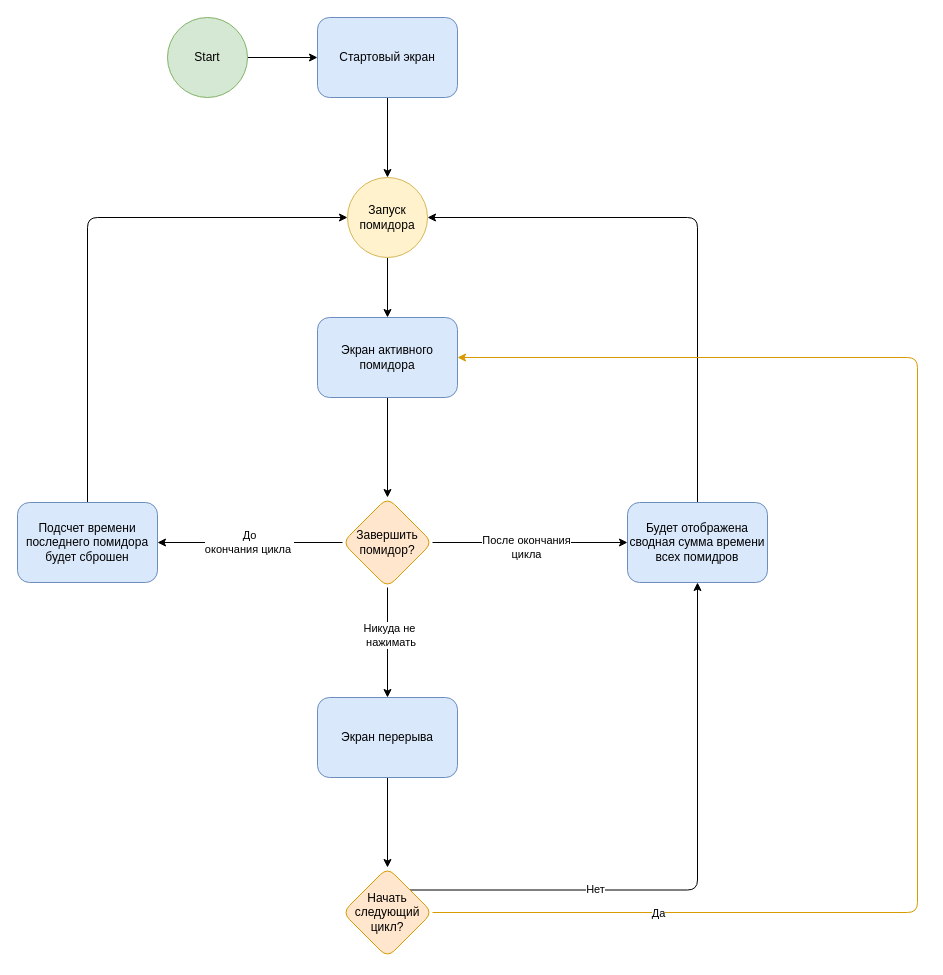
Earlier version of the draw.io diagram design/ux-flow/UX-flow.drawio (Rockedoro/rockedoro-app). Source tidied: cells renumbered, new cells numbered last; positions are measured from the earlier drawing's top-left corner, leaving out a move shared by most shapes. Both pictures are drawn from the tidied source at 100%, with x=0, y=0 at pixel (17, 17).
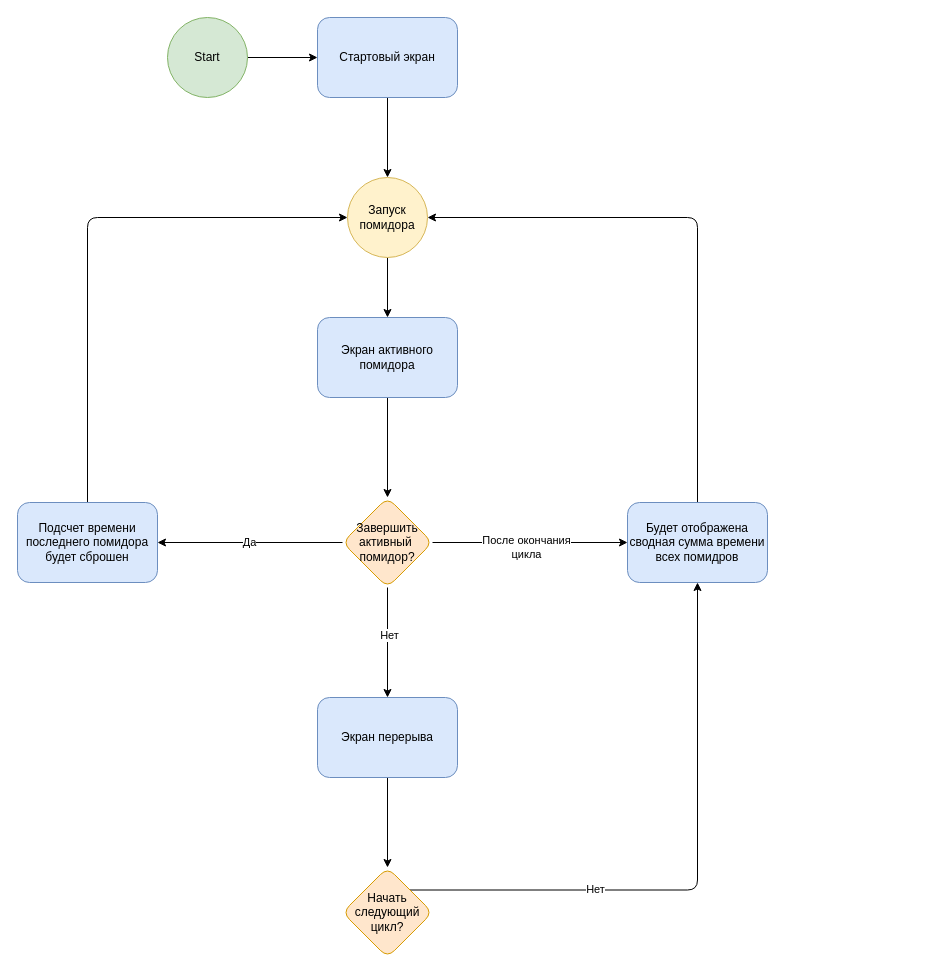
After the change.

Commit message:
Изменение логики UX-flow.drawio

The change refers to these unchanged cells:
```xml
<mxCell id="9" value="Экран активного помидора" style="whiteSpace=wrap;html=1;fillColor=#dae8fc;strokeColor=#6c8ebf;rounded=1;" parent="1" vertex="1">
  <mxGeometry x="300" y="300" width="140" height="80" as="geometry" />
</mxCell>
<mxCell id="13" style="edgeStyle=orthogonalEdgeStyle;rounded=1;jettySize=auto;html=1;" parent="1" edge="1" source="15" target="21">
  <mxGeometry relative="1" as="geometry" />
</mxCell>
<mxCell id="17" value="Подсчет времени последнего помидора будет сброшен" style="whiteSpace=wrap;html=1;fillColor=#dae8fc;strokeColor=#6c8ebf;rounded=1;" parent="1" vertex="1">
  <mxGeometry y="485" width="140" height="80" as="geometry" />
</mxCell>
<mxCell id="26" value="Начать следующий цикл?" style="rhombus;whiteSpace=wrap;html=1;rounded=1;fillColor=#ffe6cc;strokeColor=#d79b00;" parent="1" vertex="1">
  <mxGeometry x="325" y="850" width="90" height="90" as="geometry" />
</mxCell>
```

Change to the diagram source:
```diff
@@
-    <mxCell id="10" value="До &lt;br&gt;окончания цикла&amp;nbsp;" style="edgeStyle=orthogonalEdgeStyle;rounded=1;jettySize=auto;html=1;" parent="1" edge="1" source="15" target="17">
+    <mxCell id="10" value="Да" style="edgeStyle=orthogonalEdgeStyle;rounded=1;jettySize=auto;html=1;" parent="1" edge="1" source="15" target="17">
       <mxGeometry relative="1" as="geometry" />
     </mxCell>
@@
-    <mxCell id="14" value="Никуда не&lt;br&gt;&amp;nbsp;нажимать" style="edgeLabel;html=1;align=center;verticalAlign=middle;" parent="13" vertex="1">
+    <mxCell id="14" value="Нет" style="edgeLabel;html=1;align=center;verticalAlign=middle;" parent="13" vertex="1">
       <mxGeometry x="-0.15" y="1" relative="1" as="geometry" />
     </mxCell>
-    <mxCell id="15" value="Завершить помидор?" style="rhombus;whiteSpace=wrap;html=1;rounded=1;fillColor=#ffe6cc;strokeColor=#d79b00;" parent="1" vertex="1">
+    <mxCell id="15" value="Завершить активный&amp;nbsp; помидор?" style="rhombus;whiteSpace=wrap;html=1;rounded=1;fillColor=#ffe6cc;strokeColor=#d79b00;" parent="1" vertex="1">
       <mxGeometry x="325" y="480" width="90" height="90" as="geometry" />
     </mxCell>
@@
-    <mxCell id="22" style="edgeStyle=orthogonalEdgeStyle;rounded=1;jettySize=auto;html=1;entryX=1;entryY=0.5;entryDx=0;entryDy=0;fillColor=#ffe6cc;strokeColor=#d79b00;" parent="1" edge="1" source="26" target="9">
-      <mxGeometry relative="1" as="geometry">
-        <Array as="points">
-          <mxPoint x="900" y="895" />
-          <mxPoint x="900" y="340" />
-        </Array>
-      </mxGeometry>
-    </mxCell>
-    <mxCell id="23" value="Да" style="edgeLabel;html=1;align=center;verticalAlign=middle;" parent="22" vertex="1">
-      <mxGeometry x="-0.7" relative="1" as="geometry" />
-    </mxCell>
```
